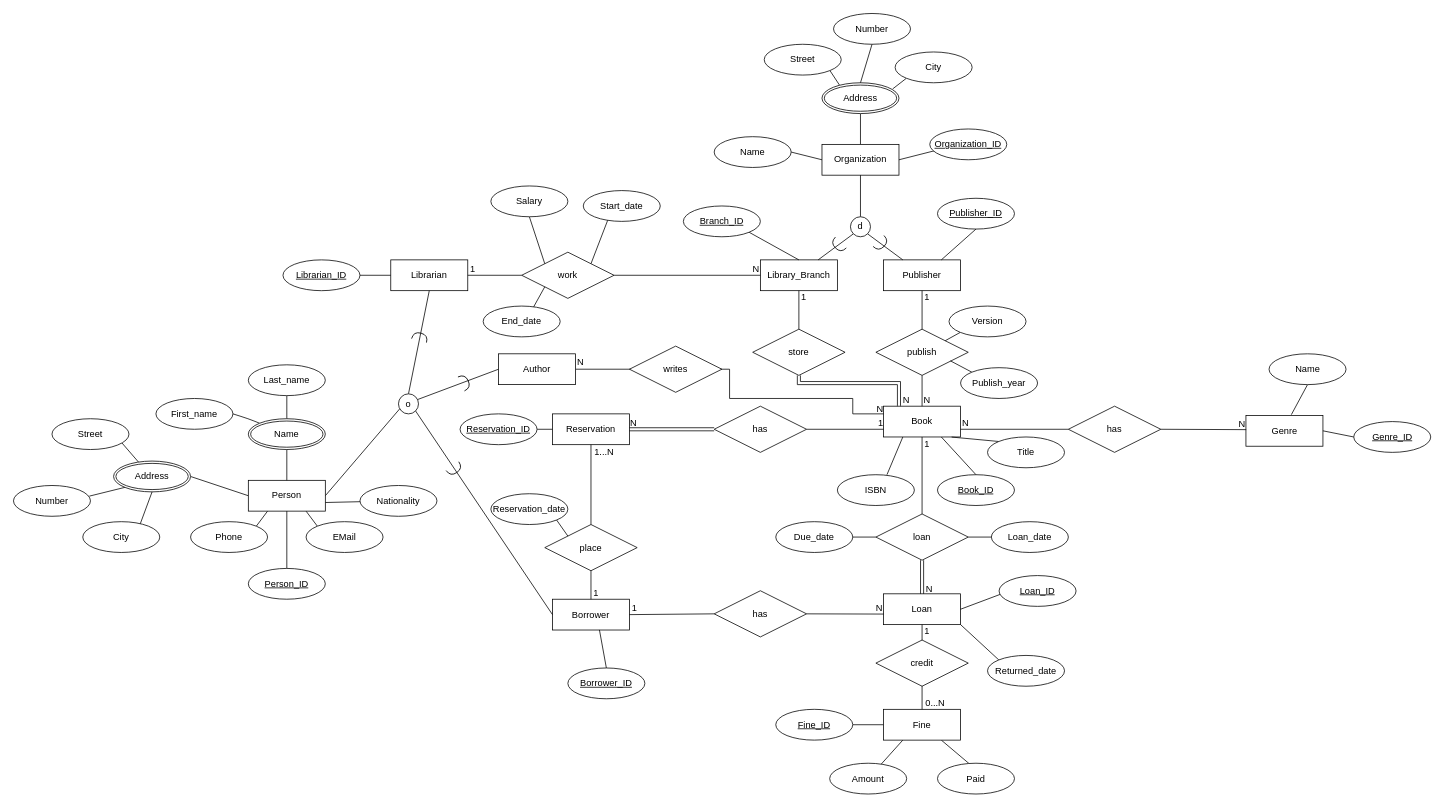
Earlier version of the draw.io diagram ERM/ERM-Diagramm.drawio (YouAndMEME/sose23-database). Source tidied: cells renumbered, new cells numbered last; positions are measured from the earlier drawing's top-left corner, leaving out a move shared by most shapes. Both pictures are drawn from the tidied source at 77%, with x=0, y=0 at pixel (13, 13).
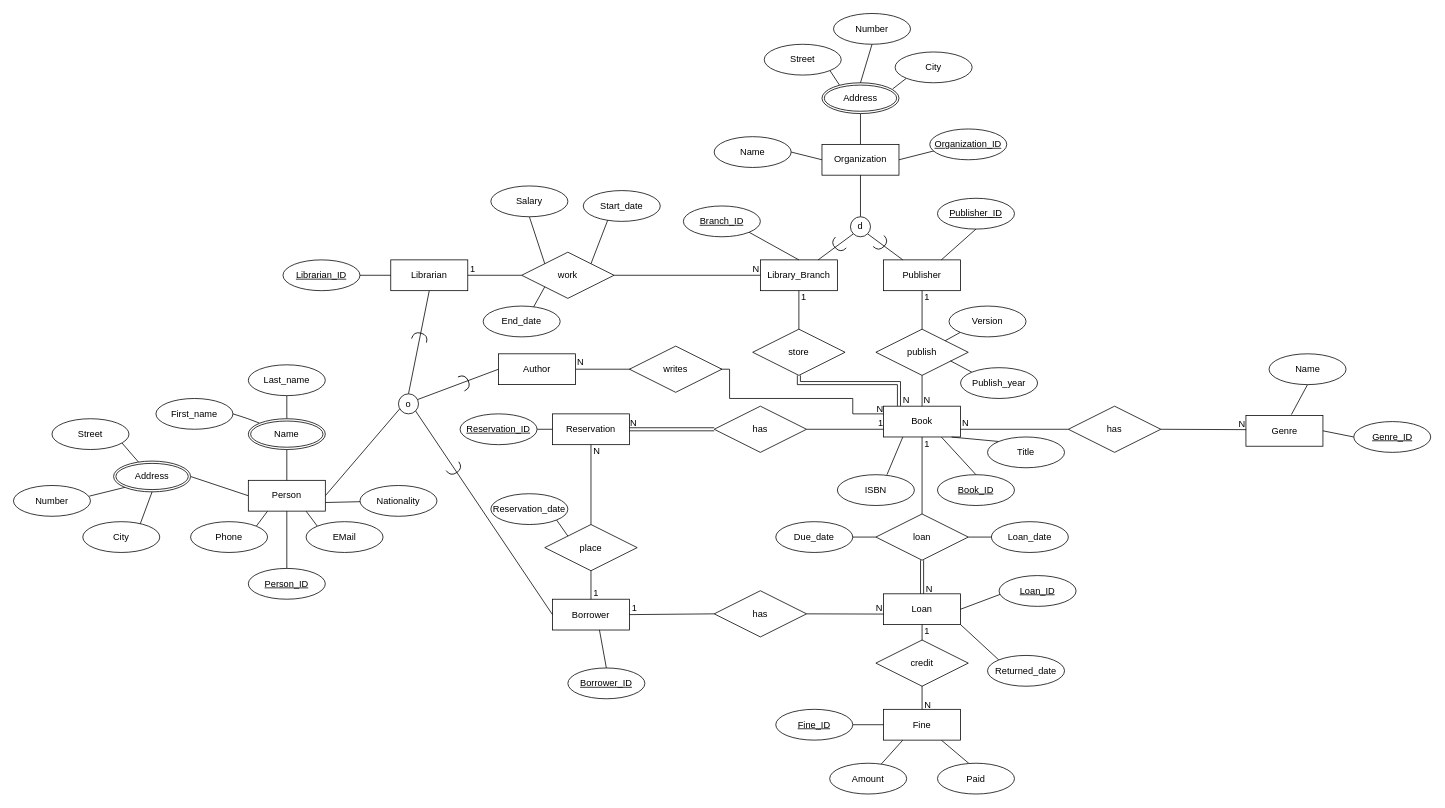
The same diagram, later.

Commit message (it also covers changes not shown here):
Add presentation diagrams

The change refers to these unchanged cells:
```xml
<mxCell id="14" style="endArrow=none;html=1;rounded=0;exitX=0.5;exitY=1;exitDx=0;exitDy=0;entryX=0.5;entryY=0;entryDx=0;entryDy=0;" parent="1" edge="1" source="8" target="13">
  <mxGeometry relative="1" as="geometry" />
</mxCell>
<mxCell id="43" style="endArrow=none;html=1;rounded=0;entryX=0.5;entryY=1;entryDx=0;entryDy=0;exitX=0.5;exitY=0;exitDx=0;exitDy=0;" parent="1" edge="1" source="40" target="9">
  <mxGeometry relative="1" as="geometry" />
</mxCell>
```

Change to the diagram source:
```diff
@@
-    <mxCell id="15" value="0...N" style="html=1;align=right;verticalAlign=bottom;" parent="14" vertex="1">
+    <mxCell id="15" value="N" style="html=1;align=right;verticalAlign=bottom;" parent="14" vertex="1">
       <mxGeometry x="1" relative="1" as="geometry">
-        <mxPoint x="30" as="offset" />
+        <mxPoint x="12" y="2" as="offset" />
       </mxGeometry>
     </mxCell>
@@
-    <mxCell id="44" value="1...N" style="html=1;align=right;verticalAlign=bottom;" parent="43" vertex="1">
+    <mxCell id="44" value="N" style="html=1;align=right;verticalAlign=bottom;" parent="43" vertex="1">
       <mxGeometry x="1" relative="1" as="geometry">
-        <mxPoint x="30" y="18" as="offset" />
+        <mxPoint x="12" y="17" as="offset" />
       </mxGeometry>
     </mxCell>
```
